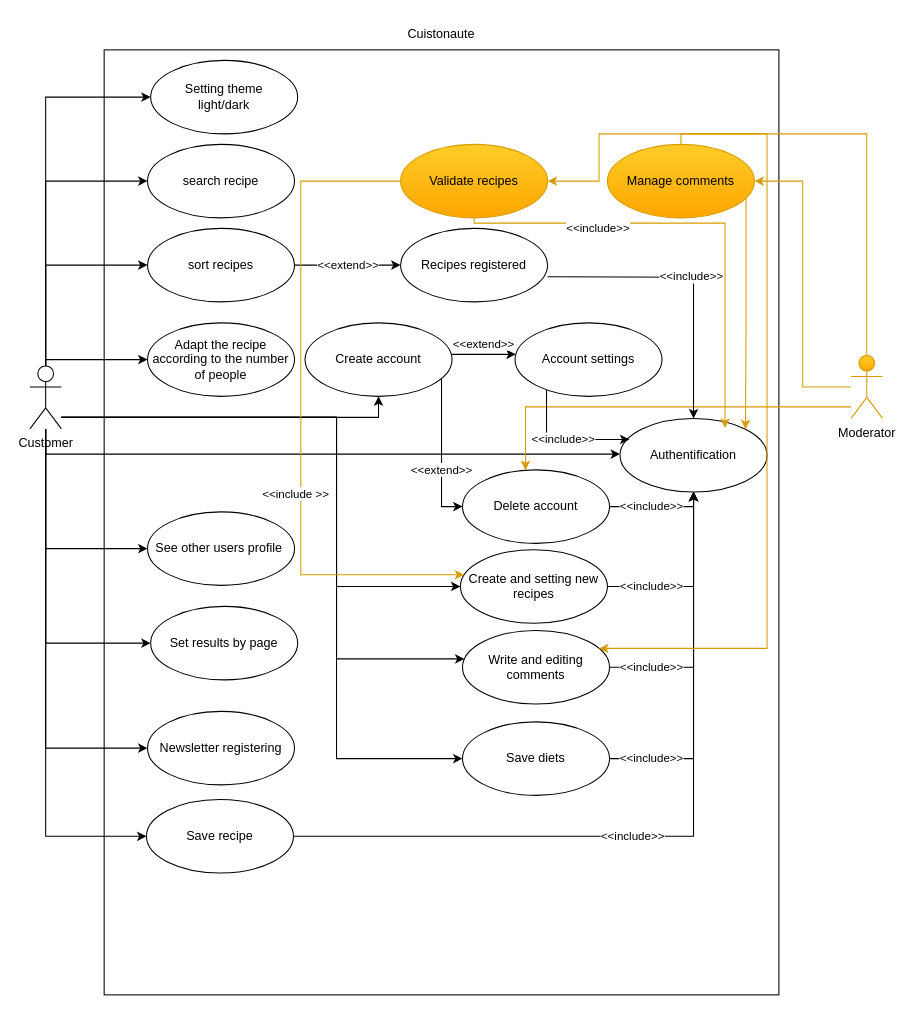
aerobi93/Modelisation-UML keeps this draw.io diagram as Untitled Diagram.drawio. Above is the earlier version. Source tidied: cells renumbered, new cells numbered last; positions are measured from the earlier drawing's top-left corner, leaving out a move shared by most shapes. Both pictures are drawn from the tidied source at 105%, with x=0, y=0 at pixel (29, 18).
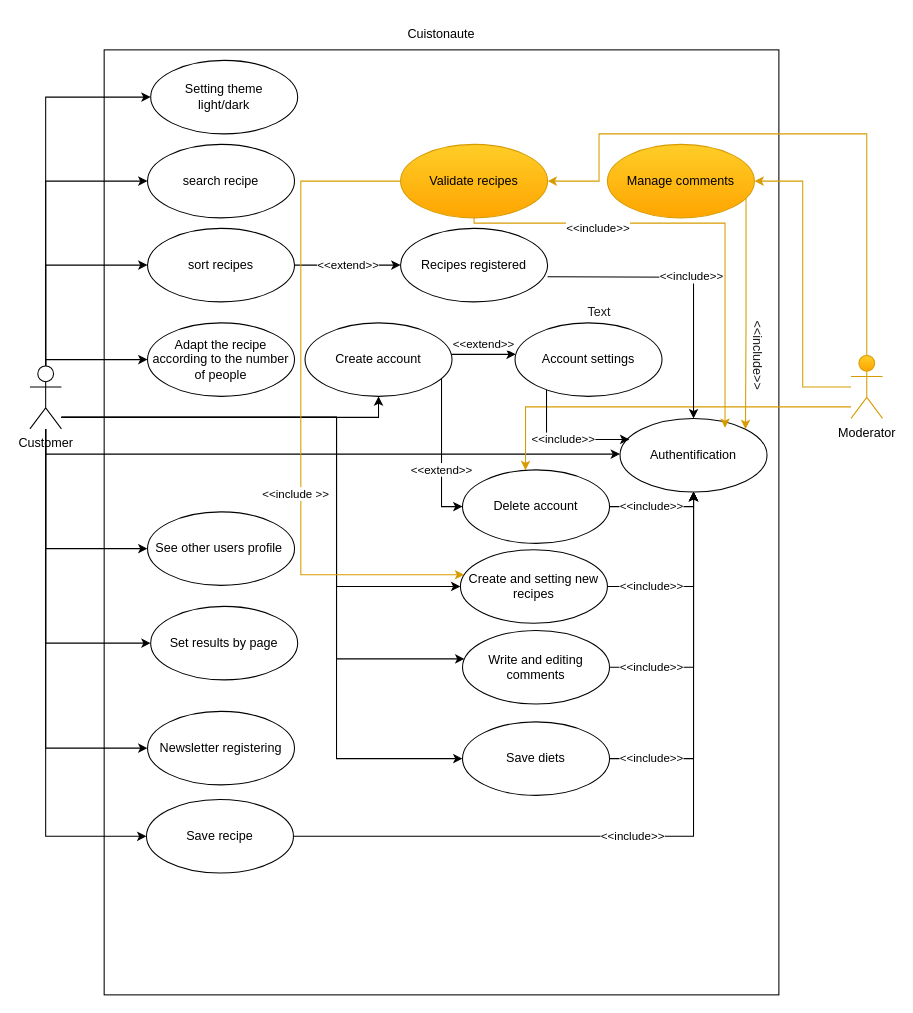
The same page after the edit.

Unchanged cells that the change refers to:
```xml
<mxCell id="27" value="Authentification" style="ellipse;whiteSpace=wrap;html=1;" parent="1" vertex="1">
  <mxGeometry x="562" y="381" width="140" height="70" as="geometry" />
</mxCell>
<mxCell id="43" value="Write and editing comments " style="ellipse;whiteSpace=wrap;html=1;" parent="1" vertex="1">
  <mxGeometry x="412" y="583" width="140" height="70" as="geometry" />
</mxCell>
<mxCell id="50" value="Manage comments " style="ellipse;whiteSpace=wrap;html=1;fillColor=#ffcd28;strokeColor=#d79b00;gradientColor=#ffa500;" parent="1" vertex="1">
  <mxGeometry x="550" y="120" width="140" height="70" as="geometry" />
</mxCell>
```

What changed in the source:
```diff
@@
-    <mxCell id="48" style="edgeStyle=orthogonalEdgeStyle;rounded=0;jettySize=auto;html=1;fillColor=#ffcd28;strokeColor=#d79b00;gradientColor=#ffa500;" parent="1" edge="1" source="50" target="43">
-      <mxGeometry relative="1" as="geometry">
-        <Array as="points">
-          <mxPoint x="620" y="110" />
-          <mxPoint x="702" y="110" />
-          <mxPoint x="702" y="600" />
-        </Array>
-      </mxGeometry>
-    </mxCell>
     <mxCell id="49" style="edgeStyle=orthogonalEdgeStyle;rounded=0;jettySize=auto;html=1;entryX=1;entryY=0;entryDx=0;entryDy=0;fontColor=#FFFFFF;fillColor=#ffcd28;gradientColor=#ffa500;strokeColor=#d79b00;" parent="1" edge="1" source="50" target="27">
-      <mxGeometry relative="1" as="geometry">
+      <mxGeometry x="0.26" relative="1" as="geometry">
         <Array as="points">
           <mxPoint x="682" y="290" />
           <mxPoint x="682" y="290" />
         </Array>
       </mxGeometry>
     </mxCell>
@@
+    <mxCell id="55" value="Text" style="text;html=1;align=center;verticalAlign=middle;fillColor=none;strokeColor=none;rounded=0;fontColor=#1A1A1A;" parent="1" vertex="1">
+      <mxGeometry x="522" y="270" width="40" height="20" as="geometry" />
+    </mxCell>
+    <mxCell id="56" value="&amp;lt;&amp;lt;include&amp;gt;&amp;gt;" style="text;html=1;align=center;verticalAlign=middle;fillColor=none;strokeColor=none;rounded=0;fontColor=#1A1A1A;rotation=90;" parent="1" vertex="1">
+      <mxGeometry x="653.3" y="311" width="80" height="20" as="geometry" />
+    </mxCell>
```
